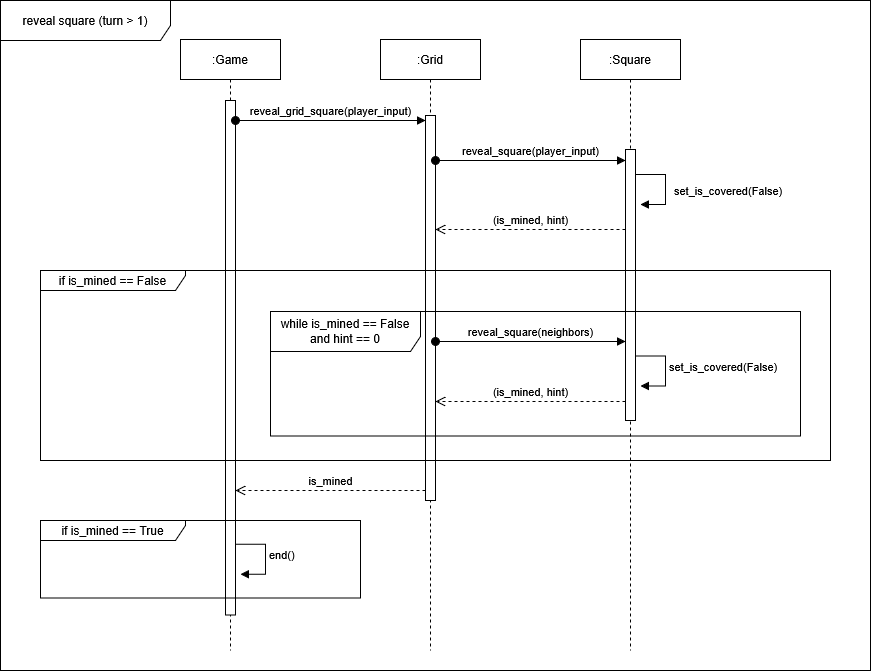
This is analyse/png/sequence_reveal_square.png from EstebanAugustin/poo-ppmd, a draw.io export, as it was before one commit. Source tidied: cells renumbered, new cells last; positions are measured from the earlier drawing's top-left corner, leaving out a move shared by most shapes. The source it was exported from:
```xml
<mxGraphModel>
  <root>
    <mxCell id="0" />
    <mxCell id="1" parent="0" />
    <mxCell id="2" value=":Game" style="shape=umlLifeline;perimeter=lifelinePerimeter;whiteSpace=wrap;html=1;newEdgeStyle={&quot;edgeStyle&quot;:&quot;sequenceEdgeStyle&quot;,&quot;libavoidRouting&quot;:0,&quot;curved&quot;:0,&quot;rounded&quot;:0};" parent="1" vertex="1">
      <mxGeometry x="180" y="39" width="100" height="611" as="geometry" />
    </mxCell>
    <mxCell id="3" value="&lt;div&gt;:Grid&lt;/div&gt;" style="shape=umlLifeline;perimeter=lifelinePerimeter;whiteSpace=wrap;html=1;newEdgeStyle={&quot;edgeStyle&quot;:&quot;sequenceEdgeStyle&quot;,&quot;libavoidRouting&quot;:0,&quot;curved&quot;:0,&quot;rounded&quot;:0};" parent="1" vertex="1">
      <mxGeometry x="380" y="39" width="100" height="611" as="geometry" />
    </mxCell>
    <mxCell id="4" value=":Square" style="shape=umlLifeline;perimeter=lifelinePerimeter;whiteSpace=wrap;html=1;newEdgeStyle={&quot;edgeStyle&quot;:&quot;sequenceEdgeStyle&quot;,&quot;libavoidRouting&quot;:0,&quot;curved&quot;:0,&quot;rounded&quot;:0};" parent="1" vertex="1">
      <mxGeometry x="580" y="39" width="100" height="611" as="geometry" />
    </mxCell>
    <mxCell id="5" value="reveal square (turn &amp;gt; 1)" style="shape=umlFrame;whiteSpace=wrap;html=1;width=170;height=40;" parent="1" vertex="1">
      <mxGeometry width="870" height="670" as="geometry" />
    </mxCell>
    <mxCell id="6" style="html=1;points=[[0,0,0,0,5],[0,1,0,0,-5],[1,0,0,0,5],[1,1,0,0,-5]];perimeter=orthogonalPerimeter;outlineConnect=0;targetShapes=umlLifeline;portConstraint=eastwest;newEdgeStyle={&quot;edgeStyle&quot;:&quot;sequenceEdgeStyle&quot;,&quot;libavoidRouting&quot;:0,&quot;curved&quot;:0,&quot;rounded&quot;:0};" parent="1" vertex="1">
      <mxGeometry x="425" y="115" width="10" height="385" as="geometry" />
    </mxCell>
    <mxCell id="7" value="reveal_square(player_input)" style="html=1;verticalAlign=bottom;startArrow=oval;startFill=1;endArrow=block;startSize=8;edgeStyle=sequenceEdgeStyle;libavoidRouting=0;curved=0;rounded=0;defaultLabelBackgroundColor=page;" parent="1" edge="1" source="6" target="8">
      <mxGeometry relative="1" as="geometry">
        <Array as="points">
          <mxPoint x="510" y="160" />
        </Array>
      </mxGeometry>
    </mxCell>
    <mxCell id="8" style="html=1;points=[[0,0,0,0,5],[0,1,0,0,-5],[1,0,0,0,5],[1,1,0,0,-5]];perimeter=orthogonalPerimeter;outlineConnect=0;targetShapes=umlLifeline;portConstraint=eastwest;newEdgeStyle={&quot;edgeStyle&quot;:&quot;sequenceEdgeStyle&quot;,&quot;libavoidRouting&quot;:0,&quot;curved&quot;:0,&quot;rounded&quot;:0};" parent="1" vertex="1">
      <mxGeometry x="625" y="149" width="10" height="271" as="geometry" />
    </mxCell>
    <mxCell id="9" value="(is_mined, hint)" style="html=1;verticalAlign=bottom;endArrow=open;dashed=1;endSize=8;edgeStyle=sequenceEdgeStyle;libavoidRouting=0;curved=0;rounded=0;defaultLabelBackgroundColor=page;" parent="1" edge="1" target="6">
      <mxGeometry relative="1" as="geometry">
        <mxPoint x="625" y="229" as="sourcePoint" />
        <Array as="points">
          <mxPoint x="530" y="229" />
        </Array>
      </mxGeometry>
    </mxCell>
    <mxCell id="10" value="set_is_covered(False)" style="html=1;align=left;spacingLeft=2;endArrow=block;edgeStyle=sequenceEdgeStyle;libavoidRouting=0;curved=0;rounded=0;defaultLabelBackgroundColor=page;" parent="1" edge="1">
      <mxGeometry x="0.08" y="5" relative="1" as="geometry">
        <mxPoint x="635" y="174" as="sourcePoint" />
        <mxPoint x="640" y="204" as="targetPoint" />
        <Array as="points">
          <mxPoint x="665" y="174" />
          <mxPoint x="665" y="204" />
        </Array>
      </mxGeometry>
    </mxCell>
    <mxCell id="11" style="html=1;points=[[0,0,0,0,5],[0,1,0,0,-5],[1,0,0,0,5],[1,1,0,0,-5]];perimeter=orthogonalPerimeter;outlineConnect=0;targetShapes=umlLifeline;portConstraint=eastwest;newEdgeStyle={&quot;edgeStyle&quot;:&quot;sequenceEdgeStyle&quot;,&quot;libavoidRouting&quot;:0,&quot;curved&quot;:0,&quot;rounded&quot;:0};" parent="1" vertex="1">
      <mxGeometry x="225" y="100" width="10" height="514.5" as="geometry" />
    </mxCell>
    <mxCell id="12" value="reveal_grid_square(player_input)" style="html=1;verticalAlign=bottom;startArrow=oval;startFill=1;endArrow=block;startSize=8;edgeStyle=sequenceEdgeStyle;libavoidRouting=0;curved=0;rounded=0;defaultLabelBackgroundColor=page;" parent="1" edge="1" source="11" target="6">
      <mxGeometry x="-0.01" relative="1" as="geometry">
        <Array as="points">
          <mxPoint x="327.2" y="120" />
        </Array>
        <mxPoint x="1" as="offset" />
      </mxGeometry>
    </mxCell>
    <mxCell id="13" value="if is_mined == False" style="shape=umlFrame;whiteSpace=wrap;html=1;width=145;height=20;" parent="1" vertex="1">
      <mxGeometry x="40" y="270" width="790" height="190" as="geometry" />
    </mxCell>
    <mxCell id="14" value="while is_mined == False and hint == 0" style="shape=umlFrame;whiteSpace=wrap;html=1;width=150;height=40;" parent="1" vertex="1">
      <mxGeometry x="270" y="311" width="530" height="124.5" as="geometry" />
    </mxCell>
    <mxCell id="15" value="reveal_square(neighbors)" style="html=1;verticalAlign=bottom;startArrow=oval;startFill=1;endArrow=block;startSize=8;edgeStyle=sequenceEdgeStyle;libavoidRouting=0;curved=0;rounded=0;defaultLabelBackgroundColor=page;" parent="1" edge="1">
      <mxGeometry relative="1" as="geometry">
        <mxPoint x="435" y="341" as="sourcePoint" />
        <mxPoint x="625" y="341" as="targetPoint" />
        <Array as="points">
          <mxPoint x="530" y="341" />
        </Array>
      </mxGeometry>
    </mxCell>
    <mxCell id="16" value="set_is_covered(False)" style="html=1;align=left;spacingLeft=2;endArrow=block;edgeStyle=sequenceEdgeStyle;libavoidRouting=0;curved=0;rounded=0;defaultLabelBackgroundColor=page;" parent="1" edge="1">
      <mxGeometry x="-0.06" relative="1" as="geometry">
        <mxPoint x="635" y="355.5" as="sourcePoint" />
        <mxPoint x="640" y="385.5" as="targetPoint" />
        <Array as="points">
          <mxPoint x="665" y="355.5" />
          <mxPoint x="665" y="385.5" />
        </Array>
      </mxGeometry>
    </mxCell>
    <mxCell id="17" value="(is_mined, hint)" style="html=1;verticalAlign=bottom;endArrow=open;dashed=1;endSize=8;edgeStyle=sequenceEdgeStyle;libavoidRouting=0;curved=0;rounded=0;defaultLabelBackgroundColor=page;" parent="1" edge="1">
      <mxGeometry relative="1" as="geometry">
        <mxPoint x="625" y="401" as="sourcePoint" />
        <mxPoint x="435" y="401" as="targetPoint" />
        <Array as="points">
          <mxPoint x="530" y="401" />
        </Array>
      </mxGeometry>
    </mxCell>
    <mxCell id="18" value="if is_mined == True" style="shape=umlFrame;whiteSpace=wrap;html=1;width=145;height=20;" parent="1" vertex="1">
      <mxGeometry x="40" y="520" width="320" height="77.5" as="geometry" />
    </mxCell>
    <mxCell id="19" value="is_mined" style="html=1;verticalAlign=bottom;endArrow=open;dashed=1;endSize=8;edgeStyle=sequenceEdgeStyle;libavoidRouting=0;curved=0;rounded=0;defaultLabelBackgroundColor=page;" parent="1" edge="1">
      <mxGeometry relative="1" as="geometry">
        <mxPoint x="425" y="490" as="sourcePoint" />
        <mxPoint x="235" y="490" as="targetPoint" />
        <Array as="points">
          <mxPoint x="330" y="490" />
        </Array>
      </mxGeometry>
    </mxCell>
    <mxCell id="20" value="end()" style="html=1;align=left;spacingLeft=2;endArrow=block;edgeStyle=sequenceEdgeStyle;libavoidRouting=0;curved=0;rounded=0;defaultLabelBackgroundColor=page;" parent="1" edge="1">
      <mxGeometry x="-0.06" relative="1" as="geometry">
        <mxPoint x="235" y="543.8" as="sourcePoint" />
        <mxPoint x="240" y="573.8" as="targetPoint" />
        <Array as="points">
          <mxPoint x="265" y="543.8" />
          <mxPoint x="265" y="573.8" />
        </Array>
      </mxGeometry>
    </mxCell>
  </root>
</mxGraphModel>
```
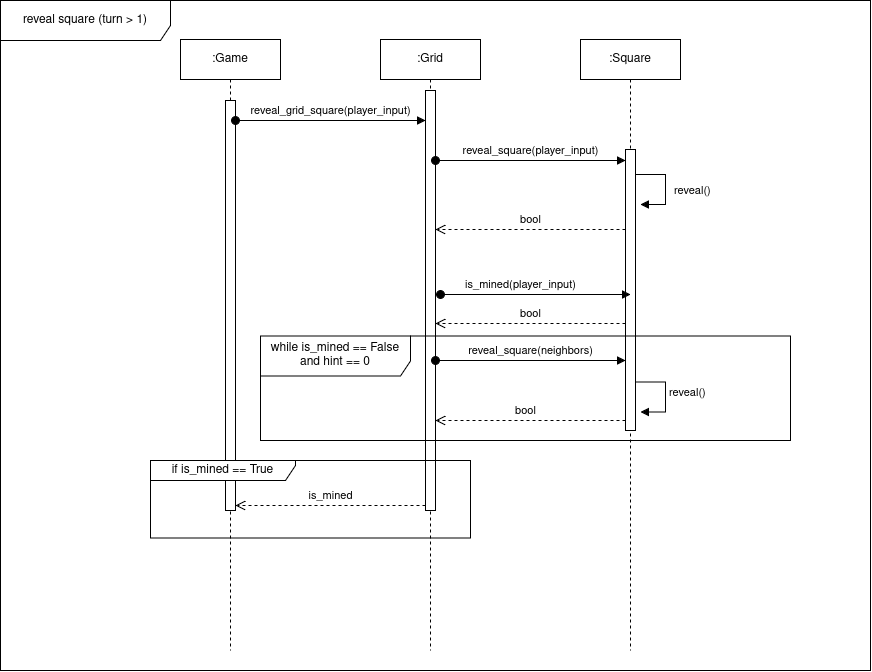
The same diagram one commit later.

Change to the diagram source:
```diff
@@ -15,7 +15,7 @@
       <mxGeometry width="870" height="670" as="geometry" />
     </mxCell>
     <mxCell id="6" style="html=1;points=[[0,0,0,0,5],[0,1,0,0,-5],[1,0,0,0,5],[1,1,0,0,-5]];perimeter=orthogonalPerimeter;outlineConnect=0;targetShapes=umlLifeline;portConstraint=eastwest;newEdgeStyle={&quot;edgeStyle&quot;:&quot;sequenceEdgeStyle&quot;,&quot;libavoidRouting&quot;:0,&quot;curved&quot;:0,&quot;rounded&quot;:0};" parent="1" vertex="1">
-      <mxGeometry x="425" y="115" width="10" height="385" as="geometry" />
+      <mxGeometry x="425" y="90" width="10" height="420" as="geometry" />
     </mxCell>
     <mxCell id="7" value="reveal_square(player_input)" style="html=1;verticalAlign=bottom;startArrow=oval;startFill=1;endArrow=block;startSize=8;edgeStyle=sequenceEdgeStyle;libavoidRouting=0;curved=0;rounded=0;defaultLabelBackgroundColor=page;" parent="1" edge="1" source="6" target="8">
       <mxGeometry relative="1" as="geometry">
@@ -25,9 +25,9 @@
       </mxGeometry>
     </mxCell>
     <mxCell id="8" style="html=1;points=[[0,0,0,0,5],[0,1,0,0,-5],[1,0,0,0,5],[1,1,0,0,-5]];perimeter=orthogonalPerimeter;outlineConnect=0;targetShapes=umlLifeline;portConstraint=eastwest;newEdgeStyle={&quot;edgeStyle&quot;:&quot;sequenceEdgeStyle&quot;,&quot;libavoidRouting&quot;:0,&quot;curved&quot;:0,&quot;rounded&quot;:0};" parent="1" vertex="1">
-      <mxGeometry x="625" y="149" width="10" height="271" as="geometry" />
+      <mxGeometry x="625" y="149" width="10" height="281" as="geometry" />
     </mxCell>
-    <mxCell id="9" value="(is_mined, hint)" style="html=1;verticalAlign=bottom;endArrow=open;dashed=1;endSize=8;edgeStyle=sequenceEdgeStyle;libavoidRouting=0;curved=0;rounded=0;defaultLabelBackgroundColor=page;" parent="1" edge="1" target="6">
+    <mxCell id="9" value="bool" style="html=1;verticalAlign=bottom;endArrow=open;dashed=1;endSize=8;edgeStyle=sequenceEdgeStyle;libavoidRouting=0;curved=0;rounded=0;defaultLabelBackgroundColor=page;" parent="1" edge="1" target="6">
       <mxGeometry relative="1" as="geometry">
         <mxPoint x="625" y="229" as="sourcePoint" />
         <Array as="points">
@@ -35,7 +35,7 @@
         </Array>
       </mxGeometry>
     </mxCell>
-    <mxCell id="10" value="set_is_covered(False)" style="html=1;align=left;spacingLeft=2;endArrow=block;edgeStyle=sequenceEdgeStyle;libavoidRouting=0;curved=0;rounded=0;defaultLabelBackgroundColor=page;" parent="1" edge="1">
+    <mxCell id="10" value="reveal()" style="html=1;align=left;spacingLeft=2;endArrow=block;edgeStyle=sequenceEdgeStyle;libavoidRouting=0;curved=0;rounded=0;defaultLabelBackgroundColor=page;" parent="1" edge="1">
       <mxGeometry x="0.08" y="5" relative="1" as="geometry">
         <mxPoint x="635" y="174" as="sourcePoint" />
         <mxPoint x="640" y="204" as="targetPoint" />
@@ -46,7 +46,7 @@
       </mxGeometry>
     </mxCell>
     <mxCell id="11" style="html=1;points=[[0,0,0,0,5],[0,1,0,0,-5],[1,0,0,0,5],[1,1,0,0,-5]];perimeter=orthogonalPerimeter;outlineConnect=0;targetShapes=umlLifeline;portConstraint=eastwest;newEdgeStyle={&quot;edgeStyle&quot;:&quot;sequenceEdgeStyle&quot;,&quot;libavoidRouting&quot;:0,&quot;curved&quot;:0,&quot;rounded&quot;:0};" parent="1" vertex="1">
-      <mxGeometry x="225" y="100" width="10" height="514.5" as="geometry" />
+      <mxGeometry x="225" y="100" width="10" height="410" as="geometry" />
     </mxCell>
     <mxCell id="12" value="reveal_grid_square(player_input)" style="html=1;verticalAlign=bottom;startArrow=oval;startFill=1;endArrow=block;startSize=8;edgeStyle=sequenceEdgeStyle;libavoidRouting=0;curved=0;rounded=0;defaultLabelBackgroundColor=page;" parent="1" edge="1" source="11" target="6">
       <mxGeometry x="-0.01" relative="1" as="geometry">
@@ -56,61 +56,64 @@
         <mxPoint x="1" as="offset" />
       </mxGeometry>
     </mxCell>
-    <mxCell id="13" value="if is_mined == False" style="shape=umlFrame;whiteSpace=wrap;html=1;width=145;height=20;" parent="1" vertex="1">
-      <mxGeometry x="40" y="270" width="790" height="190" as="geometry" />
-    </mxCell>
     <mxCell id="14" value="while is_mined == False and hint == 0" style="shape=umlFrame;whiteSpace=wrap;html=1;width=150;height=40;" parent="1" vertex="1">
-      <mxGeometry x="270" y="311" width="530" height="124.5" as="geometry" />
+      <mxGeometry x="260" y="335.5" width="530" height="104.5" as="geometry" />
     </mxCell>
     <mxCell id="15" value="reveal_square(neighbors)" style="html=1;verticalAlign=bottom;startArrow=oval;startFill=1;endArrow=block;startSize=8;edgeStyle=sequenceEdgeStyle;libavoidRouting=0;curved=0;rounded=0;defaultLabelBackgroundColor=page;" parent="1" edge="1">
       <mxGeometry relative="1" as="geometry">
-        <mxPoint x="435" y="341" as="sourcePoint" />
-        <mxPoint x="625" y="341" as="targetPoint" />
+        <mxPoint x="435" y="360" as="sourcePoint" />
+        <mxPoint x="625" y="360" as="targetPoint" />
         <Array as="points">
-          <mxPoint x="530" y="341" />
+          <mxPoint x="530" y="360" />
         </Array>
       </mxGeometry>
     </mxCell>
-    <mxCell id="16" value="set_is_covered(False)" style="html=1;align=left;spacingLeft=2;endArrow=block;edgeStyle=sequenceEdgeStyle;libavoidRouting=0;curved=0;rounded=0;defaultLabelBackgroundColor=page;" parent="1" edge="1">
+    <mxCell id="16" value="reveal()" style="html=1;align=left;spacingLeft=2;endArrow=block;edgeStyle=sequenceEdgeStyle;libavoidRouting=0;curved=0;rounded=0;defaultLabelBackgroundColor=page;" parent="1" edge="1">
       <mxGeometry x="-0.06" relative="1" as="geometry">
-        <mxPoint x="635" y="355.5" as="sourcePoint" />
-        <mxPoint x="640" y="385.5" as="targetPoint" />
+        <mxPoint x="635" y="381.5" as="sourcePoint" />
+        <mxPoint x="640" y="411.5" as="targetPoint" />
         <Array as="points">
-          <mxPoint x="665" y="355.5" />
-          <mxPoint x="665" y="385.5" />
+          <mxPoint x="665" y="381.5" />
+          <mxPoint x="665" y="411.5" />
         </Array>
       </mxGeometry>
     </mxCell>
-    <mxCell id="17" value="(is_mined, hint)" style="html=1;verticalAlign=bottom;endArrow=open;dashed=1;endSize=8;edgeStyle=sequenceEdgeStyle;libavoidRouting=0;curved=0;rounded=0;defaultLabelBackgroundColor=page;" parent="1" edge="1">
+    <mxCell id="17" value="bool" style="html=1;verticalAlign=bottom;endArrow=open;dashed=1;endSize=8;edgeStyle=sequenceEdgeStyle;libavoidRouting=0;curved=0;rounded=0;defaultLabelBackgroundColor=page;" parent="1" edge="1">
       <mxGeometry relative="1" as="geometry">
-        <mxPoint x="625" y="401" as="sourcePoint" />
-        <mxPoint x="435" y="401" as="targetPoint" />
+        <mxPoint x="625" y="323" as="sourcePoint" />
+        <mxPoint x="435" y="323" as="targetPoint" />
         <Array as="points">
-          <mxPoint x="530" y="401" />
+          <mxPoint x="530" y="323" />
         </Array>
       </mxGeometry>
     </mxCell>
     <mxCell id="18" value="if is_mined == True" style="shape=umlFrame;whiteSpace=wrap;html=1;width=145;height=20;" parent="1" vertex="1">
-      <mxGeometry x="40" y="520" width="320" height="77.5" as="geometry" />
+      <mxGeometry x="150" y="460" width="320" height="77.5" as="geometry" />
     </mxCell>
     <mxCell id="19" value="is_mined" style="html=1;verticalAlign=bottom;endArrow=open;dashed=1;endSize=8;edgeStyle=sequenceEdgeStyle;libavoidRouting=0;curved=0;rounded=0;defaultLabelBackgroundColor=page;" parent="1" edge="1">
       <mxGeometry relative="1" as="geometry">
-        <mxPoint x="425" y="490" as="sourcePoint" />
-        <mxPoint x="235" y="490" as="targetPoint" />
+        <mxPoint x="425" y="505" as="sourcePoint" />
+        <mxPoint x="235" y="505" as="targetPoint" />
         <Array as="points">
-          <mxPoint x="330" y="490" />
+          <mxPoint x="330" y="505" />
         </Array>
       </mxGeometry>
     </mxCell>
-    <mxCell id="20" value="end()" style="html=1;align=left;spacingLeft=2;endArrow=block;edgeStyle=sequenceEdgeStyle;libavoidRouting=0;curved=0;rounded=0;defaultLabelBackgroundColor=page;" parent="1" edge="1">
-      <mxGeometry x="-0.06" relative="1" as="geometry">
-        <mxPoint x="235" y="543.8" as="sourcePoint" />
-        <mxPoint x="240" y="573.8" as="targetPoint" />
-        <Array as="points">
-          <mxPoint x="265" y="543.8" />
-          <mxPoint x="265" y="573.8" />
-        </Array>
-      </mxGeometry>
-    </mxCell>
+    <mxCell id="21" value="is_mined(player_input)" style="html=1;verticalAlign=bottom;startArrow=oval;startFill=1;endArrow=block;startSize=8;edgeStyle=sequenceEdgeStyle;libavoidRouting=0;curved=0;rounded=0;defaultLabelBackgroundColor=page;" parent="1" edge="1">
+      <mxGeometry x="-0.16" relative="1" as="geometry">
+        <mxPoint x="440" y="294" as="sourcePoint" />
+        <mxPoint x="630" y="294" as="targetPoint" />
+        <Array as="points">
+          <mxPoint x="535" y="294" />
+        </Array>
+      </mxGeometry>
+    </mxCell>
+    <mxCell id="22" value="bool" style="html=1;verticalAlign=bottom;endArrow=open;dashed=1;endSize=8;edgeStyle=sequenceEdgeStyle;libavoidRouting=0;curved=0;rounded=0;defaultLabelBackgroundColor=page;" parent="1" edge="1" source="8" target="6">
+      <mxGeometry x="0.05" relative="1" as="geometry">
+        <Array as="points">
+          <mxPoint x="527.5" y="420" />
+        </Array>
+      </mxGeometry>
+    </mxCell>
   </root>
 </mxGraphModel>
```
